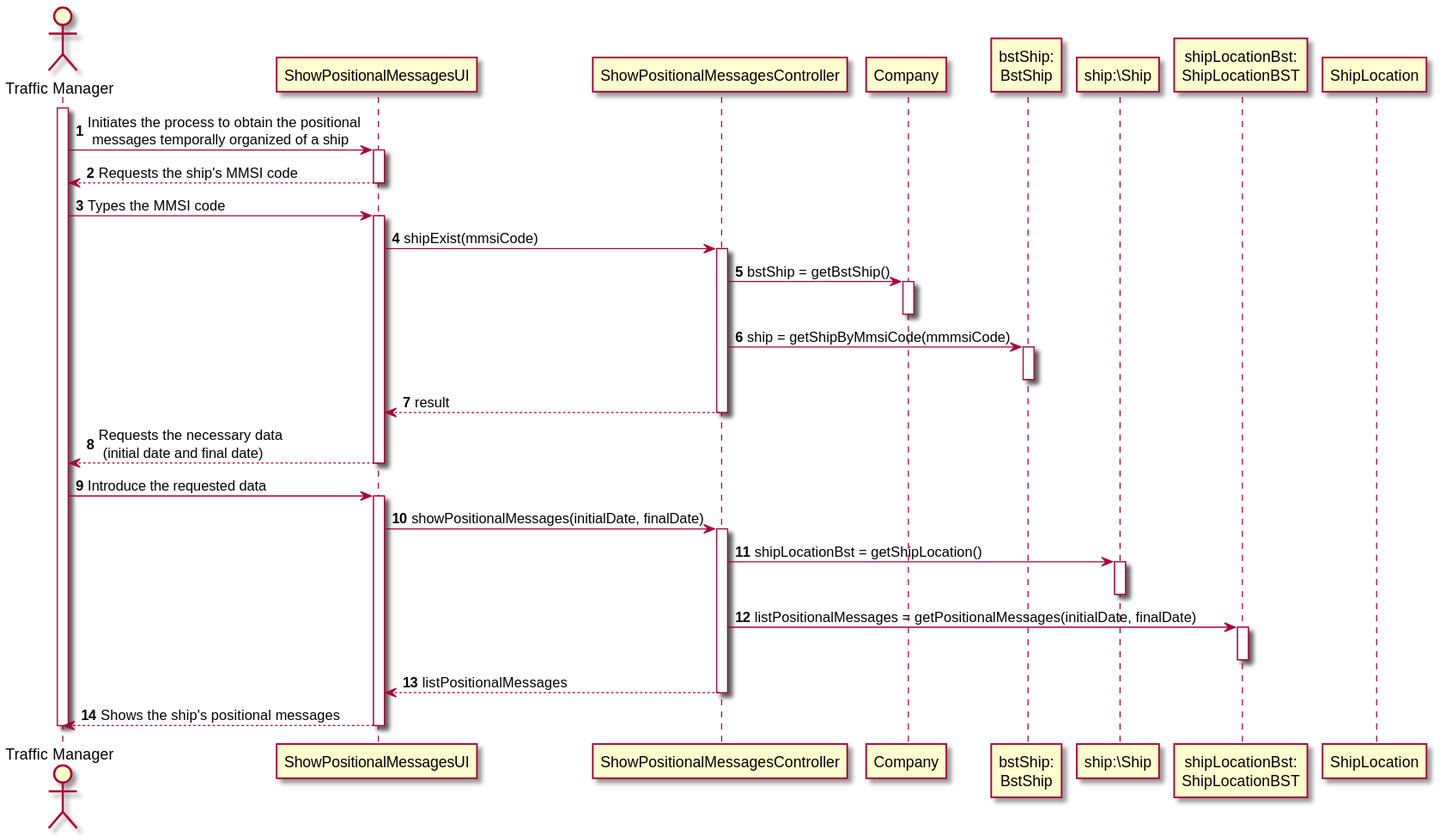
The PlantUML diagram docs/US103/US103_SD.svg in 0franciscor/lapr3-2021-g042, before a commit.
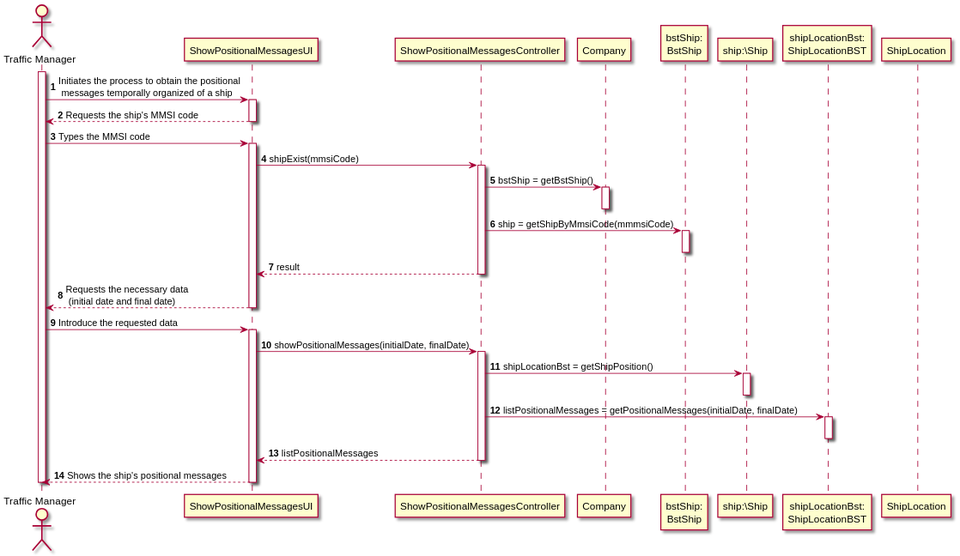
The same diagram one commit later.

Diff of the diagram source:
```diff
@@ -35,7 +35,7 @@
 activate UI
 UI -> CTRL: showPositionalMessages(initialDate, finalDate)
 activate CTRL
-CTRL -> S : shipLocationBst = getShipLocation()
+CTRL -> S : shipLocationBst = getShipPosition()
 activate S
 deactivate S
 CTRL -> ShipLocationBST : listPositionalMessages = getPositionalMessages(initialDate, finalDate)
```
